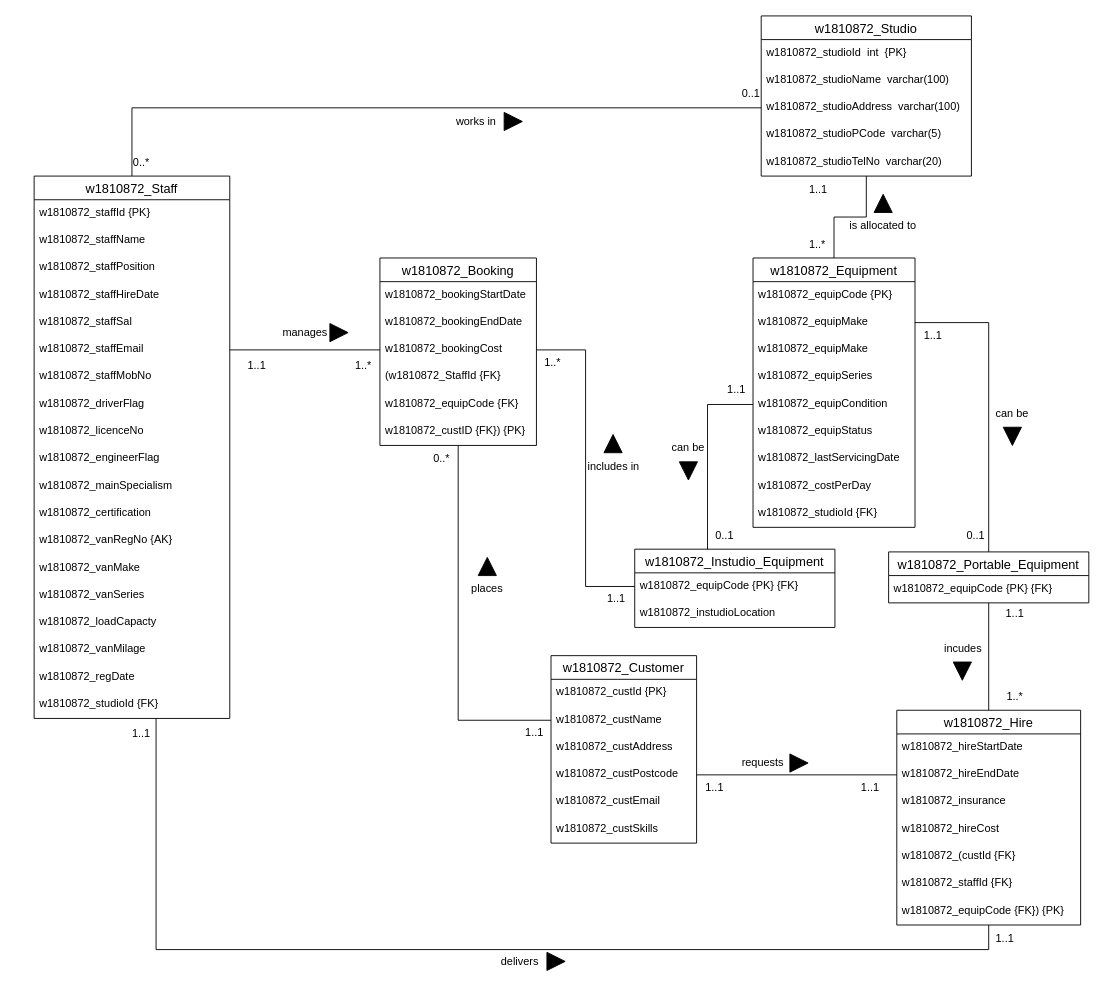
Before: Part B/Part_B.drawio in ChitharaKarunasekera/DatabaseSystemsCoursework, a draw.io diagram. Source tidied: cells renumbered, new cells numbered last; positions are measured from the earlier drawing's top-left corner, leaving out a move shared by most shapes. Both pictures are drawn from the tidied source at 91%, with x=0, y=0 at pixel (34, 15).
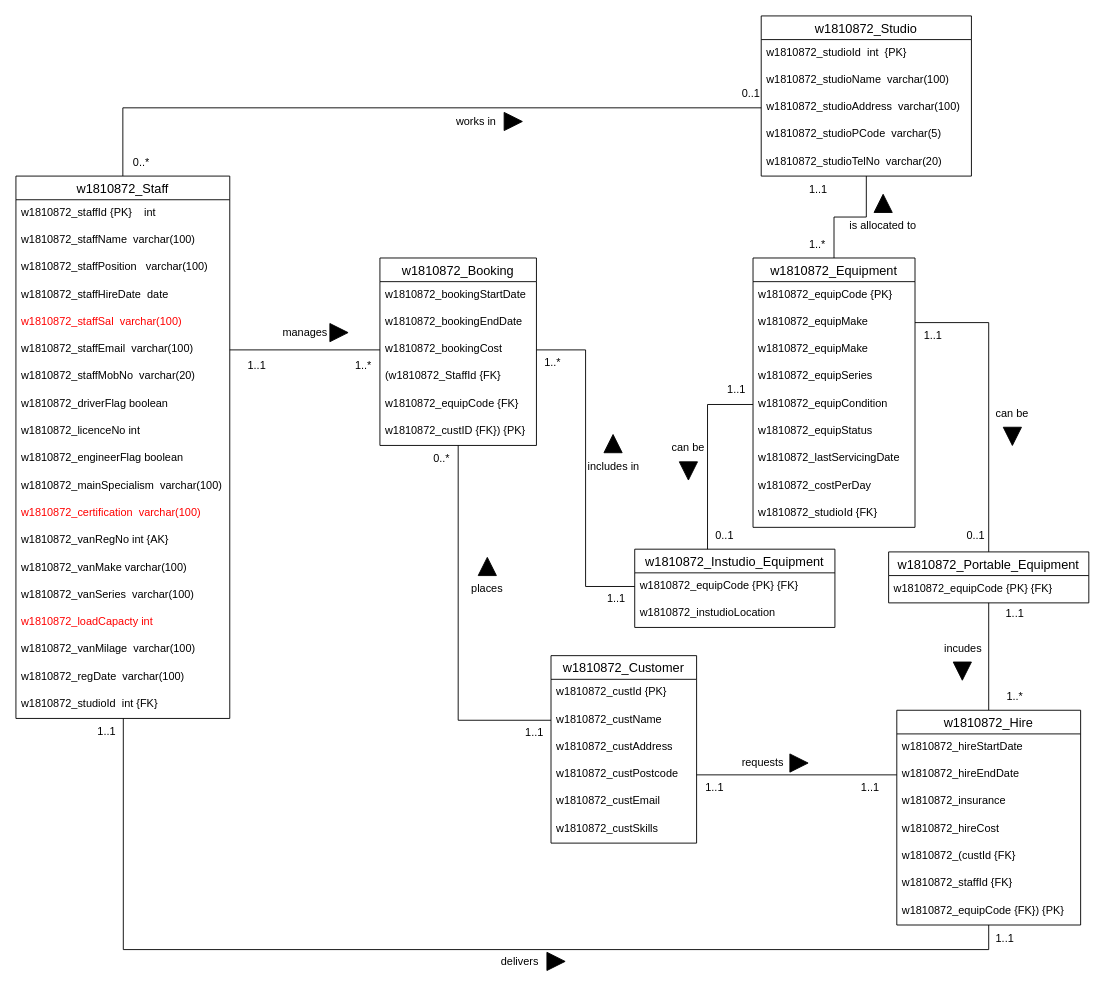
Above is the later version.

Commit message:
staff tbl data types

Unchanged cells that the change refers to:
```xml
<mxCell id="78" value="w1810872_Hire" style="swimlane;fontStyle=0;horizontal=1;startSize=26;align=center;fontSize=14;fontColor=#000000;" parent="1" vertex="1">
  <mxGeometry x="948" y="763" width="202" height="236" as="geometry" />
</mxCell>
```

What changed in the source:
```diff
@@
     <mxCell id="3" value="w1810872_Staff" style="swimlane;fontStyle=0;horizontal=1;startSize=26;align=center;fontSize=14;" parent="1" vertex="1">
-      <mxGeometry y="176" width="215" height="596" as="geometry" />
+      <mxGeometry x="-20" y="176" width="235" height="596" as="geometry" />
     </mxCell>
-    <mxCell id="4" value="w1810872_staffId {PK}" style="text;strokeColor=none;fillColor=none;spacingLeft=4;spacingRight=4;overflow=hidden;fontSize=12;" parent="3" vertex="1">
-      <mxGeometry y="26" width="215" height="30" as="geometry" />
+    <mxCell id="4" value="w1810872_staffId {PK}    int" style="text;strokeColor=none;fillColor=none;spacingLeft=4;spacingRight=4;overflow=hidden;fontSize=12;" parent="3" vertex="1">
+      <mxGeometry y="26" width="235" height="30" as="geometry" />
     </mxCell>
-    <mxCell id="5" value="w1810872_staffName" style="text;strokeColor=none;fillColor=none;spacingLeft=4;spacingRight=4;overflow=hidden;fontSize=12;" parent="3" vertex="1">
-      <mxGeometry y="56" width="215" height="30" as="geometry" />
+    <mxCell id="5" value="w1810872_staffName  varchar(100)" style="text;strokeColor=none;fillColor=none;spacingLeft=4;spacingRight=4;overflow=hidden;fontSize=12;" parent="3" vertex="1">
+      <mxGeometry y="56" width="235" height="30" as="geometry" />
     </mxCell>
-    <mxCell id="6" value="w1810872_staffPosition " style="text;strokeColor=none;fillColor=none;spacingLeft=4;spacingRight=4;overflow=hidden;fontSize=12;" parent="3" vertex="1">
-      <mxGeometry y="86" width="215" height="30" as="geometry" />
+    <mxCell id="6" value="w1810872_staffPosition   varchar(100)" style="text;strokeColor=none;fillColor=none;spacingLeft=4;spacingRight=4;overflow=hidden;fontSize=12;" parent="3" vertex="1">
+      <mxGeometry y="86" width="235" height="30" as="geometry" />
     </mxCell>
-    <mxCell id="7" value="w1810872_staffHireDate" style="text;strokeColor=none;fillColor=none;spacingLeft=4;spacingRight=4;overflow=hidden;fontSize=12;" parent="3" vertex="1">
-      <mxGeometry y="116" width="215" height="30" as="geometry" />
+    <mxCell id="7" value="w1810872_staffHireDate  date" style="text;strokeColor=none;fillColor=none;spacingLeft=4;spacingRight=4;overflow=hidden;fontSize=12;" parent="3" vertex="1">
+      <mxGeometry y="116" width="235" height="30" as="geometry" />
     </mxCell>
-    <mxCell id="8" value="w1810872_staffSal" style="text;strokeColor=none;fillColor=none;spacingLeft=4;spacingRight=4;overflow=hidden;fontSize=12;" parent="3" vertex="1">
-      <mxGeometry y="146" width="215" height="30" as="geometry" />
+    <mxCell id="8" value="w1810872_staffSal  varchar(100)" style="text;strokeColor=none;fillColor=none;spacingLeft=4;spacingRight=4;overflow=hidden;fontSize=12;fontColor=#FF0000;" parent="3" vertex="1">
+      <mxGeometry y="146" width="235" height="30" as="geometry" />
     </mxCell>
-    <mxCell id="9" value="w1810872_staffEmail" style="text;strokeColor=none;fillColor=none;spacingLeft=4;spacingRight=4;overflow=hidden;points=[[0,0.5],[1,0.5]];portConstraint=eastwest;fontSize=12;" parent="3" vertex="1">
-      <mxGeometry y="176" width="215" height="30" as="geometry" />
+    <mxCell id="9" value="w1810872_staffEmail  varchar(100)" style="text;strokeColor=none;fillColor=none;spacingLeft=4;spacingRight=4;overflow=hidden;points=[[0,0.5],[1,0.5]];portConstraint=eastwest;fontSize=12;" parent="3" vertex="1">
+      <mxGeometry y="176" width="235" height="30" as="geometry" />
     </mxCell>
-    <mxCell id="10" value="w1810872_staffMobNo" style="text;strokeColor=none;fillColor=none;spacingLeft=4;spacingRight=4;overflow=hidden;fontSize=12;" parent="3" vertex="1">
-      <mxGeometry y="206" width="215" height="30" as="geometry" />
+    <mxCell id="10" value="w1810872_staffMobNo  varchar(20)" style="text;strokeColor=none;fillColor=none;spacingLeft=4;spacingRight=4;overflow=hidden;fontSize=12;" parent="3" vertex="1">
+      <mxGeometry y="206" width="235" height="30" as="geometry" />
     </mxCell>
-    <mxCell id="11" value="w1810872_driverFlag" style="text;strokeColor=none;fillColor=none;spacingLeft=4;spacingRight=4;overflow=hidden;fontSize=12;" parent="3" vertex="1">
-      <mxGeometry y="236" width="215" height="30" as="geometry" />
+    <mxCell id="11" value="w1810872_driverFlag boolean" style="text;strokeColor=none;fillColor=none;spacingLeft=4;spacingRight=4;overflow=hidden;fontSize=12;" parent="3" vertex="1">
+      <mxGeometry y="236" width="235" height="30" as="geometry" />
     </mxCell>
-    <mxCell id="12" value="w1810872_licenceNo" style="text;strokeColor=none;fillColor=none;spacingLeft=4;spacingRight=4;overflow=hidden;fontSize=12;" parent="3" vertex="1">
-      <mxGeometry y="266" width="215" height="30" as="geometry" />
+    <mxCell id="12" value="w1810872_licenceNo int" style="text;strokeColor=none;fillColor=none;spacingLeft=4;spacingRight=4;overflow=hidden;fontSize=12;" parent="3" vertex="1">
+      <mxGeometry y="266" width="235" height="30" as="geometry" />
     </mxCell>
-    <mxCell id="13" value="w1810872_engineerFlag" style="text;strokeColor=none;fillColor=none;spacingLeft=4;spacingRight=4;overflow=hidden;fontSize=12;" parent="3" vertex="1">
-      <mxGeometry y="296" width="215" height="30" as="geometry" />
+    <mxCell id="13" value="w1810872_engineerFlag boolean" style="text;strokeColor=none;fillColor=none;spacingLeft=4;spacingRight=4;overflow=hidden;fontSize=12;" parent="3" vertex="1">
+      <mxGeometry y="296" width="235" height="30" as="geometry" />
     </mxCell>
-    <mxCell id="14" value="w1810872_mainSpecialism " style="text;strokeColor=none;fillColor=none;spacingLeft=4;spacingRight=4;overflow=hidden;fontSize=12;" parent="3" vertex="1">
-      <mxGeometry y="326" width="215" height="30" as="geometry" />
+    <mxCell id="14" value="w1810872_mainSpecialism  varchar(100)" style="text;strokeColor=none;fillColor=none;spacingLeft=4;spacingRight=4;overflow=hidden;fontSize=12;" parent="3" vertex="1">
+      <mxGeometry y="326" width="235" height="30" as="geometry" />
     </mxCell>
-    <mxCell id="15" value="w1810872_certification" style="text;strokeColor=none;fillColor=none;spacingLeft=4;spacingRight=4;overflow=hidden;fontSize=12;" parent="3" vertex="1">
-      <mxGeometry y="356" width="215" height="30" as="geometry" />
+    <mxCell id="15" value="w1810872_certification  varchar(100)" style="text;strokeColor=none;fillColor=none;spacingLeft=4;spacingRight=4;overflow=hidden;fontSize=12;fontColor=#FF0000;" parent="3" vertex="1">
+      <mxGeometry y="356" width="235" height="30" as="geometry" />
     </mxCell>
-    <mxCell id="16" value="w1810872_vanRegNo {AK}" style="text;strokeColor=none;fillColor=none;spacingLeft=4;spacingRight=4;overflow=hidden;fontSize=12;fontColor=#000000;" parent="3" vertex="1">
-      <mxGeometry y="386" width="215" height="30" as="geometry" />
+    <mxCell id="16" value="w1810872_vanRegNo int {AK}" style="text;strokeColor=none;fillColor=none;spacingLeft=4;spacingRight=4;overflow=hidden;fontSize=12;fontColor=#000000;" parent="3" vertex="1">
+      <mxGeometry y="386" width="235" height="30" as="geometry" />
     </mxCell>
-    <mxCell id="17" value="w1810872_vanMake" style="text;strokeColor=none;fillColor=none;spacingLeft=4;spacingRight=4;overflow=hidden;fontSize=12;fontColor=#000000;" parent="3" vertex="1">
-      <mxGeometry y="416" width="215" height="30" as="geometry" />
+    <mxCell id="17" value="w1810872_vanMake varchar(100)" style="text;strokeColor=none;fillColor=none;spacingLeft=4;spacingRight=4;overflow=hidden;fontSize=12;fontColor=#000000;" parent="3" vertex="1">
+      <mxGeometry y="416" width="235" height="30" as="geometry" />
     </mxCell>
-    <mxCell id="18" value="w1810872_vanSeries " style="text;strokeColor=none;fillColor=none;spacingLeft=4;spacingRight=4;overflow=hidden;fontSize=12;fontColor=#000000;" parent="3" vertex="1">
-      <mxGeometry y="446" width="215" height="30" as="geometry" />
+    <mxCell id="18" value="w1810872_vanSeries  varchar(100)" style="text;strokeColor=none;fillColor=none;spacingLeft=4;spacingRight=4;overflow=hidden;fontSize=12;fontColor=#000000;" parent="3" vertex="1">
+      <mxGeometry y="446" width="235" height="30" as="geometry" />
     </mxCell>
-    <mxCell id="19" value="w1810872_loadCapacty" style="text;strokeColor=none;fillColor=none;spacingLeft=4;spacingRight=4;overflow=hidden;fontSize=12;fontColor=#000000;" parent="3" vertex="1">
-      <mxGeometry y="476" width="215" height="30" as="geometry" />
+    <mxCell id="19" value="w1810872_loadCapacty int" style="text;strokeColor=none;fillColor=none;spacingLeft=4;spacingRight=4;overflow=hidden;fontSize=12;fontColor=#FF0000;" parent="3" vertex="1">
+      <mxGeometry y="476" width="235" height="30" as="geometry" />
     </mxCell>
-    <mxCell id="20" value="w1810872_vanMilage " style="text;strokeColor=none;fillColor=none;spacingLeft=4;spacingRight=4;overflow=hidden;fontSize=12;fontColor=#000000;" parent="3" vertex="1">
-      <mxGeometry y="506" width="215" height="30" as="geometry" />
+    <mxCell id="20" value="w1810872_vanMilage  varchar(100)" style="text;strokeColor=none;fillColor=none;spacingLeft=4;spacingRight=4;overflow=hidden;fontSize=12;fontColor=#000000;" parent="3" vertex="1">
+      <mxGeometry y="506" width="235" height="30" as="geometry" />
     </mxCell>
-    <mxCell id="21" value="w1810872_regDate" style="text;strokeColor=none;fillColor=none;spacingLeft=4;spacingRight=4;overflow=hidden;fontSize=12;fontColor=#000000;" parent="3" vertex="1">
-      <mxGeometry y="536" width="215" height="30" as="geometry" />
+    <mxCell id="21" value="w1810872_regDate  varchar(100)" style="text;strokeColor=none;fillColor=none;spacingLeft=4;spacingRight=4;overflow=hidden;fontSize=12;fontColor=#000000;" parent="3" vertex="1">
+      <mxGeometry y="536" width="235" height="30" as="geometry" />
     </mxCell>
-    <mxCell id="22" value="w1810872_studioId {FK}" style="text;strokeColor=none;fillColor=none;spacingLeft=4;spacingRight=4;overflow=hidden;points=[[0,0.5],[1,0.5]];portConstraint=eastwest;fontSize=12;fontColor=#000000;" parent="3" vertex="1">
-      <mxGeometry y="566" width="215" height="30" as="geometry" />
+    <mxCell id="22" value="w1810872_studioId  int {FK}" style="text;strokeColor=none;fillColor=none;spacingLeft=4;spacingRight=4;overflow=hidden;points=[[0,0.5],[1,0.5]];portConstraint=eastwest;fontSize=12;fontColor=#000000;" parent="3" vertex="1">
+      <mxGeometry y="566" width="235" height="30" as="geometry" />
     </mxCell>
@@
     <mxCell id="77" style="edgeStyle=orthogonalEdgeStyle;rounded=0;jettySize=auto;html=1;endArrow=none;endFill=0;" parent="1" edge="1" source="78" target="22">
       <mxGeometry relative="1" as="geometry">
         <Array as="points">
           <mxPoint x="1049" y="1026" />
-          <mxPoint x="134" y="1026" />
+          <mxPoint x="98" y="1026" />
         </Array>
       </mxGeometry>
     </mxCell>
@@
     <mxCell id="90" value="1..1" style="text;html=1;strokeColor=none;fillColor=none;align=center;verticalAlign=middle;whiteSpace=wrap;rounded=0;fontColor=#000000;" parent="1" vertex="1">
-      <mxGeometry x="88" y="774" width="60" height="30" as="geometry" />
+      <mxGeometry x="50" y="772" width="60" height="30" as="geometry" />
     </mxCell>
```
